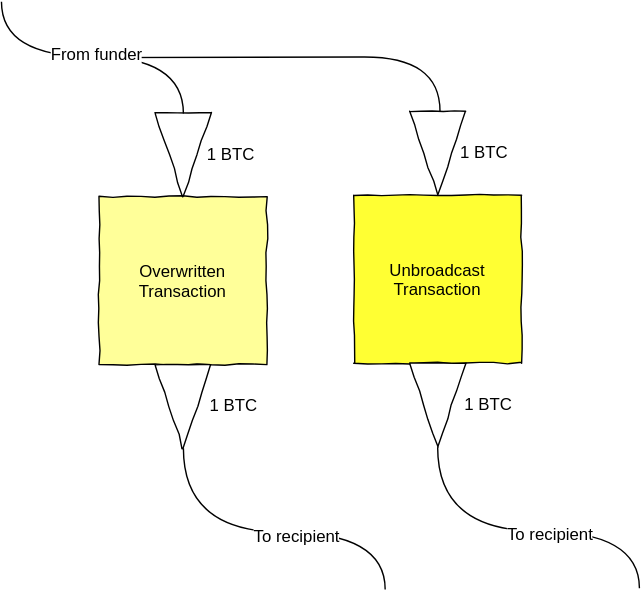
PayChan/bitcoin-payment-channels-taxonomy keeps this draw.io diagram as Transaction_Types3.svg. Above is the earlier version. Source tidied: cells renumbered, new cells last; positions are measured from the earlier drawing's top-left corner, leaving out a move shared by most shapes. The source it was exported from:
```xml
<mxGraphModel background="#ffffff">
  <root>
    <mxCell id="0" />
    <mxCell id="1" parent="0" />
    <mxCell id="2" style="endArrow=none;html=1;edgeStyle=orthogonalEdgeStyle;endFill=0;curved=1;entryX=0;entryY=0.5;" parent="1" edge="1">
      <mxGeometry x="912" y="2298" as="geometry">
        <mxPoint x="57.8" y="39.7" as="sourcePoint" />
        <mxPoint x="313.7" y="78" as="targetPoint" />
        <Array as="points">
          <mxPoint x="204" y="39" />
          <mxPoint x="313" y="39" />
        </Array>
      </mxGeometry>
    </mxCell>
    <mxCell id="3" value="Overwritten Transaction" style="whiteSpace=wrap;html=1;comic=1;plain-green;gradientColor=none;fillColor=#FFFF99;strokeColor=#000000;" parent="1" vertex="1">
      <mxGeometry x="70" y="139" width="120" height="120" as="geometry" />
    </mxCell>
    <mxCell id="4" style="triangle;whiteSpace=wrap;html=1;comic=1;rotation=90;" parent="1" vertex="1">
      <mxGeometry x="100" y="89" width="60" height="40" as="geometry" />
    </mxCell>
    <mxCell id="5" style="triangle;whiteSpace=wrap;html=1;comic=1;rotation=90;" parent="1" vertex="1">
      <mxGeometry x="100" y="269" width="60" height="40" as="geometry" />
    </mxCell>
    <mxCell id="6" style="endArrow=none;html=1;edgeStyle=orthogonalEdgeStyle;entryX=0;entryY=0.5;endFill=0;curved=1;exitX=1;exitY=0.5;" parent="1" edge="1">
      <mxGeometry x="693" y="2330" as="geometry">
        <mxPoint x="0.3" y="-0.3" as="sourcePoint" />
        <mxPoint x="130.3" y="79.7" as="targetPoint" />
        <Array as="points">
          <mxPoint y="39" />
          <mxPoint x="130" y="39" />
        </Array>
      </mxGeometry>
    </mxCell>
    <mxCell id="7" value="From funder" style="text;html=1;align=center;verticalAlign=middle;labelBackgroundColor=#ffffff;" parent="6" vertex="1">
      <mxGeometry relative="1" as="geometry">
        <mxPoint x="2" y="-2" as="offset" />
      </mxGeometry>
    </mxCell>
    <mxCell id="8" value="From funder" style="text;html=1;align=center;verticalAlign=middle;labelBackgroundColor=#ffffff;" parent="1" vertex="1">
      <mxGeometry x="68.2" y="36.8" as="geometry">
        <mxPoint x="2" y="-2" as="offset" />
      </mxGeometry>
    </mxCell>
    <mxCell id="9" style="endArrow=none;html=1;edgeStyle=orthogonalEdgeStyle;entryX=0;entryY=0.5;endFill=0;curved=1;exitX=1;exitY=0.5;" parent="1" edge="1" source="5">
      <mxGeometry x="838" y="2670" as="geometry">
        <mxPoint x="274.5" y="419.7" as="targetPoint" />
        <Array as="points">
          <mxPoint x="130" y="379" />
          <mxPoint x="275" y="379" />
        </Array>
      </mxGeometry>
    </mxCell>
    <mxCell id="10" value="To recipient" style="text;html=1;align=center;verticalAlign=middle;labelBackgroundColor=#ffffff;" parent="9" vertex="1">
      <mxGeometry relative="1" as="geometry">
        <mxPoint x="18" y="2" as="offset" />
      </mxGeometry>
    </mxCell>
    <mxCell id="11" value="To recipient" style="text;html=1;align=center;verticalAlign=middle;labelBackgroundColor=#ffffff;" parent="1" vertex="1">
      <mxGeometry x="210.8" y="380.8" as="geometry">
        <mxPoint x="18" y="2" as="offset" />
      </mxGeometry>
    </mxCell>
    <mxCell id="12" value="1 BTC" style="text;html=1;strokeColor=none;fillColor=none;align=center;verticalAlign=middle;whiteSpace=wrap;overflow=hidden;comic=1;" parent="1" vertex="1">
      <mxGeometry x="143" y="88" width="42" height="39" as="geometry" />
    </mxCell>
    <mxCell id="13" value="1 BTC" style="text;html=1;strokeColor=none;fillColor=none;align=center;verticalAlign=middle;whiteSpace=wrap;overflow=hidden;comic=1;" parent="1" vertex="1">
      <mxGeometry x="142" y="268" width="48" height="39" as="geometry" />
    </mxCell>
    <mxCell id="14" value="Unbroadcast Transaction" style="whiteSpace=wrap;html=1;comic=1;plain-green;gradientColor=none;fillColor=#FFFF33;strokeColor=#000000;" parent="1" vertex="1">
      <mxGeometry x="252" y="138" width="120" height="120" as="geometry" />
    </mxCell>
    <mxCell id="15" style="triangle;whiteSpace=wrap;html=1;comic=1;rotation=90;" parent="1" vertex="1">
      <mxGeometry x="282" y="88" width="60" height="40" as="geometry" />
    </mxCell>
    <mxCell id="16" style="triangle;whiteSpace=wrap;html=1;comic=1;rotation=90;" parent="1" vertex="1">
      <mxGeometry x="282" y="268" width="60" height="40" as="geometry" />
    </mxCell>
    <mxCell id="17" style="endArrow=none;html=1;edgeStyle=orthogonalEdgeStyle;entryX=0;entryY=0.5;endFill=0;curved=1;exitX=1;exitY=0.5;" parent="1" edge="1" source="16">
      <mxGeometry x="1020" y="2669" as="geometry">
        <mxPoint x="456.2" y="418.8" as="targetPoint" />
        <Array as="points">
          <mxPoint x="312" y="378" />
          <mxPoint x="457" y="378" />
        </Array>
      </mxGeometry>
    </mxCell>
    <mxCell id="18" value="To recipient" style="text;html=1;align=center;verticalAlign=middle;labelBackgroundColor=#ffffff;" parent="17" vertex="1">
      <mxGeometry relative="1" as="geometry">
        <mxPoint x="18" y="2" as="offset" />
      </mxGeometry>
    </mxCell>
    <mxCell id="19" value="To recipient" style="text;html=1;align=center;verticalAlign=middle;labelBackgroundColor=#ffffff;" parent="1" vertex="1">
      <mxGeometry x="392.5" y="380" as="geometry">
        <mxPoint x="18" y="2" as="offset" />
      </mxGeometry>
    </mxCell>
    <mxCell id="20" value="1 BTC" style="text;html=1;strokeColor=none;fillColor=none;align=center;verticalAlign=middle;whiteSpace=wrap;overflow=hidden;comic=1;" parent="1" vertex="1">
      <mxGeometry x="325" y="87" width="42" height="39" as="geometry" />
    </mxCell>
    <mxCell id="21" value="1 BTC" style="text;html=1;strokeColor=none;fillColor=none;align=center;verticalAlign=middle;whiteSpace=wrap;overflow=hidden;comic=1;" parent="1" vertex="1">
      <mxGeometry x="324" y="267" width="48" height="39" as="geometry" />
    </mxCell>
  </root>
</mxGraphModel>
```
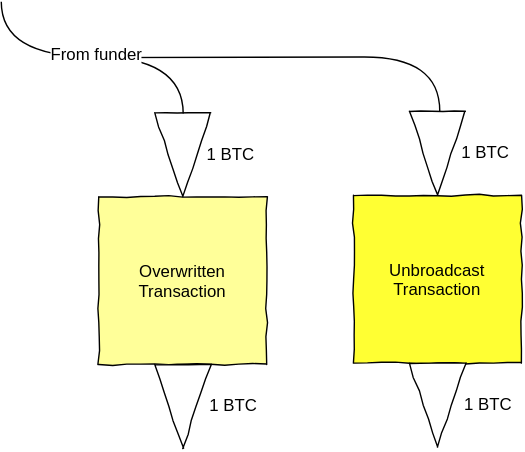
After the commit.

The edit, as a diff of the source:
```diff
@@ -21,84 +21,46 @@
     <mxCell id="5" style="triangle;whiteSpace=wrap;html=1;comic=1;rotation=90;" parent="1" vertex="1">
       <mxGeometry x="100" y="269" width="60" height="40" as="geometry" />
     </mxCell>
-    <mxCell id="6" style="endArrow=none;html=1;edgeStyle=orthogonalEdgeStyle;entryX=0;entryY=0.5;endFill=0;curved=1;exitX=1;exitY=0.5;" parent="1" edge="1">
-      <mxGeometry x="693" y="2330" as="geometry">
-        <mxPoint x="0.3" y="-0.3" as="sourcePoint" />
-        <mxPoint x="130.3" y="79.7" as="targetPoint" />
-        <Array as="points">
-          <mxPoint y="39" />
-          <mxPoint x="130" y="39" />
-        </Array>
+    <mxCell id="6" value="From funder" style="text;html=1;align=center;verticalAlign=middle;labelBackgroundColor=#ffffff;" parent="1" vertex="1">
+      <mxGeometry x="68.2" y="36.8" as="geometry">
+        <mxPoint x="2" y="-2" as="offset" />
       </mxGeometry>
     </mxCell>
-    <mxCell id="7" value="From funder" style="text;html=1;align=center;verticalAlign=middle;labelBackgroundColor=#ffffff;" parent="6" vertex="1">
-      <mxGeometry relative="1" as="geometry">
-        <mxPoint x="2" y="-2" as="offset" />
-      </mxGeometry>
+    <mxCell id="7" value="1 BTC" style="text;html=1;strokeColor=none;fillColor=none;align=center;verticalAlign=middle;whiteSpace=wrap;overflow=hidden;comic=1;" parent="1" vertex="1">
+      <mxGeometry x="143" y="88" width="42" height="39" as="geometry" />
     </mxCell>
-    <mxCell id="8" value="From funder" style="text;html=1;align=center;verticalAlign=middle;labelBackgroundColor=#ffffff;" parent="1" vertex="1">
-      <mxGeometry x="68.2" y="36.8" as="geometry">
-        <mxPoint x="2" y="-2" as="offset" />
-      </mxGeometry>
+    <mxCell id="8" value="1 BTC" style="text;html=1;strokeColor=none;fillColor=none;align=center;verticalAlign=middle;whiteSpace=wrap;overflow=hidden;comic=1;" parent="1" vertex="1">
+      <mxGeometry x="142" y="268" width="48" height="39" as="geometry" />
     </mxCell>
-    <mxCell id="9" style="endArrow=none;html=1;edgeStyle=orthogonalEdgeStyle;entryX=0;entryY=0.5;endFill=0;curved=1;exitX=1;exitY=0.5;" parent="1" edge="1" source="5">
-      <mxGeometry x="838" y="2670" as="geometry">
-        <mxPoint x="274.5" y="419.7" as="targetPoint" />
-        <Array as="points">
-          <mxPoint x="130" y="379" />
-          <mxPoint x="275" y="379" />
-        </Array>
-      </mxGeometry>
+    <mxCell id="9" value="Unbroadcast Transaction" style="whiteSpace=wrap;html=1;comic=1;plain-green;gradientColor=none;fillColor=#FFFF33;strokeColor=#000000;" parent="1" vertex="1">
+      <mxGeometry x="252" y="138" width="120" height="120" as="geometry" />
     </mxCell>
-    <mxCell id="10" value="To recipient" style="text;html=1;align=center;verticalAlign=middle;labelBackgroundColor=#ffffff;" parent="9" vertex="1">
-      <mxGeometry relative="1" as="geometry">
-        <mxPoint x="18" y="2" as="offset" />
-      </mxGeometry>
+    <mxCell id="10" style="triangle;whiteSpace=wrap;html=1;comic=1;rotation=90;" parent="1" vertex="1">
+      <mxGeometry x="282" y="88" width="60" height="40" as="geometry" />
     </mxCell>
-    <mxCell id="11" value="To recipient" style="text;html=1;align=center;verticalAlign=middle;labelBackgroundColor=#ffffff;" parent="1" vertex="1">
-      <mxGeometry x="210.8" y="380.8" as="geometry">
-        <mxPoint x="18" y="2" as="offset" />
-      </mxGeometry>
+    <mxCell id="11" style="triangle;whiteSpace=wrap;html=1;comic=1;rotation=90;" parent="1" vertex="1">
+      <mxGeometry x="282" y="268" width="60" height="40" as="geometry" />
     </mxCell>
     <mxCell id="12" value="1 BTC" style="text;html=1;strokeColor=none;fillColor=none;align=center;verticalAlign=middle;whiteSpace=wrap;overflow=hidden;comic=1;" parent="1" vertex="1">
-      <mxGeometry x="143" y="88" width="42" height="39" as="geometry" />
+      <mxGeometry x="325" y="87" width="42" height="39" as="geometry" />
     </mxCell>
     <mxCell id="13" value="1 BTC" style="text;html=1;strokeColor=none;fillColor=none;align=center;verticalAlign=middle;whiteSpace=wrap;overflow=hidden;comic=1;" parent="1" vertex="1">
-      <mxGeometry x="142" y="268" width="48" height="39" as="geometry" />
+      <mxGeometry x="324" y="267" width="48" height="39" as="geometry" />
     </mxCell>
-    <mxCell id="14" value="Unbroadcast Transaction" style="whiteSpace=wrap;html=1;comic=1;plain-green;gradientColor=none;fillColor=#FFFF33;strokeColor=#000000;" parent="1" vertex="1">
-      <mxGeometry x="252" y="138" width="120" height="120" as="geometry" />
+    <mxCell id="14" style="endArrow=none;html=1;edgeStyle=orthogonalEdgeStyle;entryX=0;entryY=0.5;endFill=0;curved=1;exitX=1;exitY=0.5;" parent="1" edge="1">
+      <mxGeometry x="693" y="2330" as="geometry">
+        <mxPoint x="0.3" y="-0.3" as="sourcePoint" />
+        <mxPoint x="130.3" y="79.7" as="targetPoint" />
+        <Array as="points">
+          <mxPoint y="39" />
+          <mxPoint x="130" y="39" />
+        </Array>
+      </mxGeometry>
     </mxCell>
-    <mxCell id="15" style="triangle;whiteSpace=wrap;html=1;comic=1;rotation=90;" parent="1" vertex="1">
-      <mxGeometry x="282" y="88" width="60" height="40" as="geometry" />
+    <mxCell id="15" value="From funder" style="text;html=1;align=center;verticalAlign=middle;labelBackgroundColor=#ffffff;" parent="14" vertex="1">
+      <mxGeometry relative="1" as="geometry">
+        <mxPoint x="2" y="-2" as="offset" />
+      </mxGeometry>
     </mxCell>
-    <mxCell id="16" style="triangle;whiteSpace=wrap;html=1;comic=1;rotation=90;" parent="1" vertex="1">
-      <mxGeometry x="282" y="268" width="60" height="40" as="geometry" />
-    </mxCell>
-    <mxCell id="17" style="endArrow=none;html=1;edgeStyle=orthogonalEdgeStyle;entryX=0;entryY=0.5;endFill=0;curved=1;exitX=1;exitY=0.5;" parent="1" edge="1" source="16">
-      <mxGeometry x="1020" y="2669" as="geometry">
-        <mxPoint x="456.2" y="418.8" as="targetPoint" />
-        <Array as="points">
-          <mxPoint x="312" y="378" />
-          <mxPoint x="457" y="378" />
-        </Array>
-      </mxGeometry>
-    </mxCell>
-    <mxCell id="18" value="To recipient" style="text;html=1;align=center;verticalAlign=middle;labelBackgroundColor=#ffffff;" parent="17" vertex="1">
-      <mxGeometry relative="1" as="geometry">
-        <mxPoint x="18" y="2" as="offset" />
-      </mxGeometry>
-    </mxCell>
-    <mxCell id="19" value="To recipient" style="text;html=1;align=center;verticalAlign=middle;labelBackgroundColor=#ffffff;" parent="1" vertex="1">
-      <mxGeometry x="392.5" y="380" as="geometry">
-        <mxPoint x="18" y="2" as="offset" />
-      </mxGeometry>
-    </mxCell>
-    <mxCell id="20" value="1 BTC" style="text;html=1;strokeColor=none;fillColor=none;align=center;verticalAlign=middle;whiteSpace=wrap;overflow=hidden;comic=1;" parent="1" vertex="1">
-      <mxGeometry x="325" y="87" width="42" height="39" as="geometry" />
-    </mxCell>
-    <mxCell id="21" value="1 BTC" style="text;html=1;strokeColor=none;fillColor=none;align=center;verticalAlign=middle;whiteSpace=wrap;overflow=hidden;comic=1;" parent="1" vertex="1">
-      <mxGeometry x="324" y="267" width="48" height="39" as="geometry" />
-    </mxCell>
   </root>
 </mxGraphModel>
```
